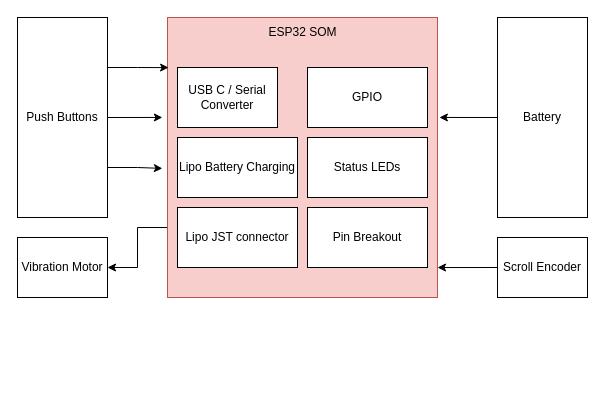
Before: Reference/Tipo V2 Hardware Architeture.drawio in vjvarada/Tipo-Braille-Keyboard, a draw.io diagram. Source tidied: cells renumbered, new cells numbered last; positions are measured from the earlier drawing's top-left corner, leaving out a move shared by most shapes. Both pictures are drawn from the tidied source at 100%, with x=0, y=0 at pixel (17, 17).
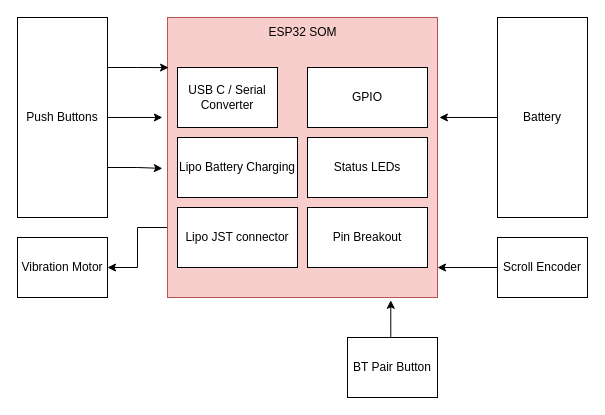
The same diagram, later.

The change refers to these unchanged cells:
```xml
<mxCell id="3" style="rounded=0;whiteSpace=wrap;html=1;fillColor=#f8cecc;strokeColor=#b85450;" parent="1" vertex="1">
  <mxGeometry x="150" width="270" height="280" as="geometry" />
</mxCell>
```

Change to the diagram source:
```diff
@@
+    <mxCell id="20" style="edgeStyle=orthogonalEdgeStyle;rounded=0;jettySize=auto;html=1;exitX=0.5;exitY=0;exitDx=0;exitDy=0;entryX=0.827;entryY=1.01;entryDx=0;entryDy=0;entryPerimeter=0;" parent="1" edge="1" source="21" target="3">
+      <mxGeometry relative="1" as="geometry" />
+    </mxCell>
+    <mxCell id="21" value="BT Pair Button" style="rounded=0;whiteSpace=wrap;html=1;" parent="1" vertex="1">
+      <mxGeometry x="330" y="320" width="90" height="60" as="geometry" />
+    </mxCell>
```
